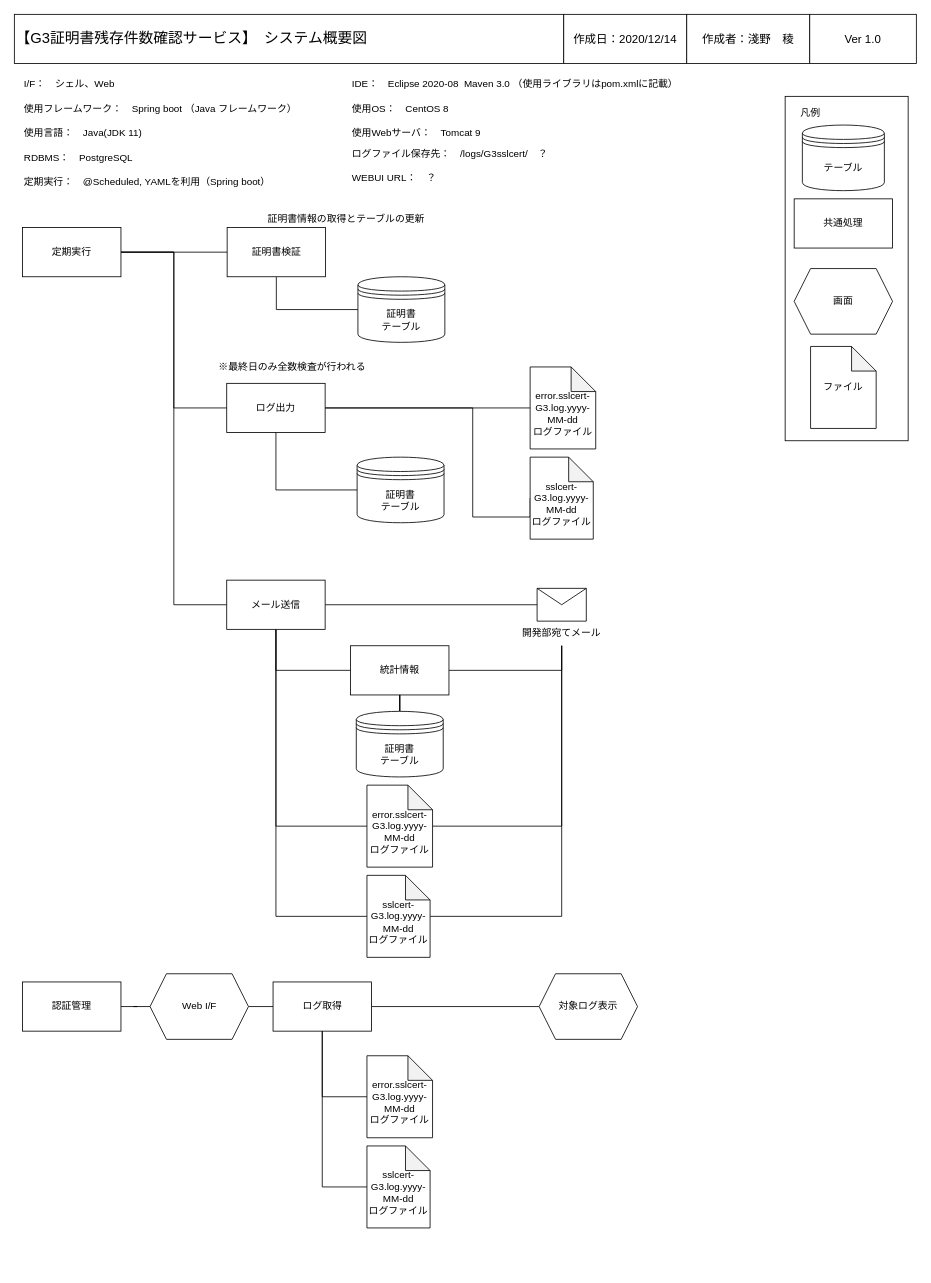
Before: page "システム概要図" (6 of 6) of UMLDiagram.drawio in r-asano/kaihatsubuKenshu, a draw.io diagram. Source tidied: cells renumbered, new cells numbered last; positions are measured from the earlier drawing's top-left corner, leaving out a move shared by most shapes. Both pictures are drawn from the tidied source at 82%, with x=0, y=0 at pixel (14, 14).
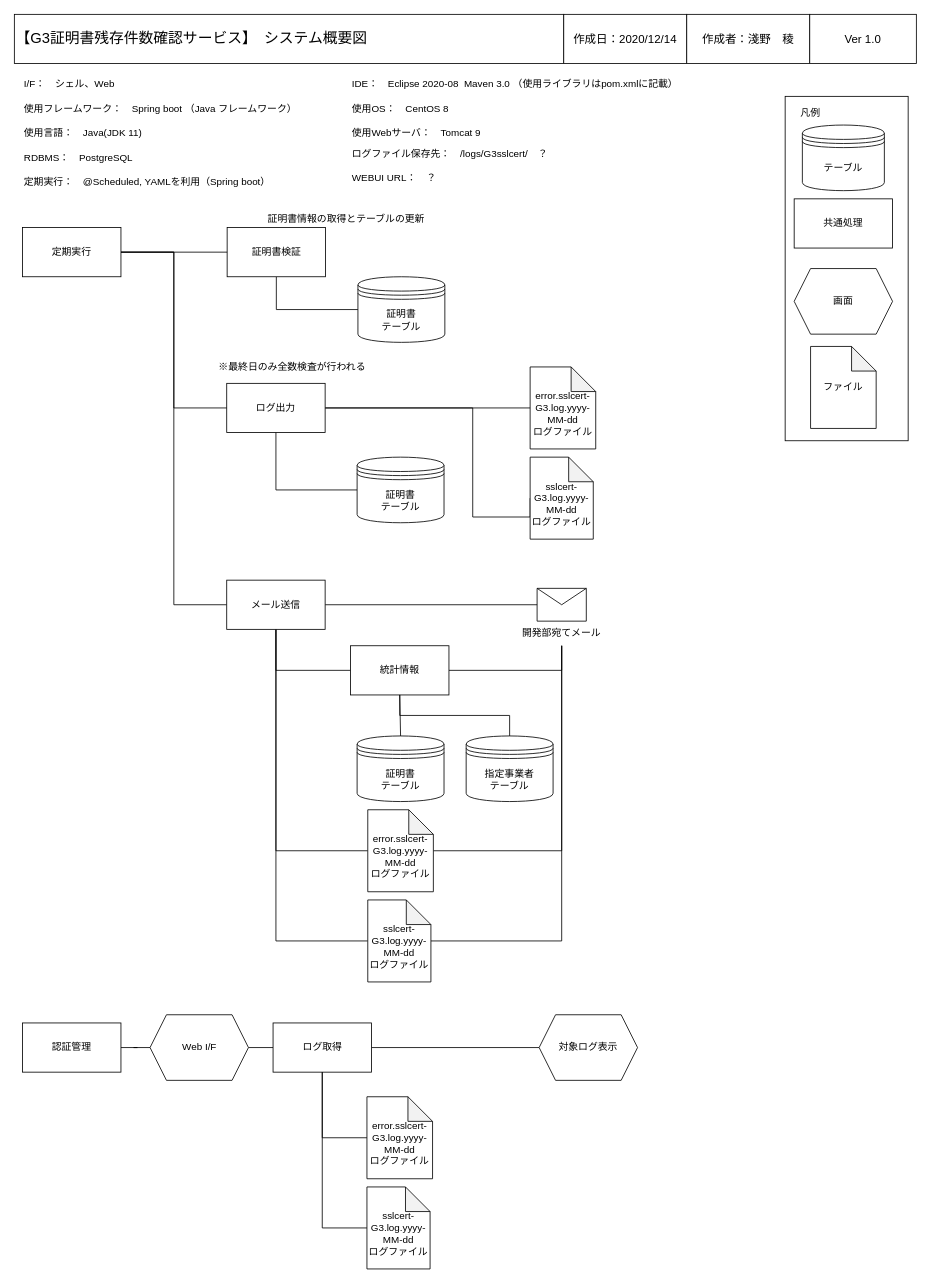
Above is the later version.

Commit message:
システム概要図に指定事業者テーブルの追加

Unchanged cells that the change refers to:
```xml
<mxCell id="51" value="統計情報" style="rounded=0;whiteSpace=wrap;html=1;shadow=0;strokeColor=#000000;" parent="1" vertex="1">
  <mxGeometry x="410" y="770" width="120" height="60" as="geometry" />
</mxCell>
```

Diff of the diagram source:
```diff
@@
     <mxCell id="11" value="認証管理" style="rounded=0;whiteSpace=wrap;html=1;" parent="1" vertex="1">
-      <mxGeometry x="10" y="1180" width="120" height="60" as="geometry" />
+      <mxGeometry x="10" y="1230" width="120" height="60" as="geometry" />
     </mxCell>
@@
     <mxCell id="34" value="Web I/F" style="shape=hexagon;perimeter=hexagonPerimeter2;whiteSpace=wrap;html=1;fixedSize=1;" parent="1" vertex="1">
-      <mxGeometry x="165.5" y="1170" width="120" height="80" as="geometry" />
+      <mxGeometry x="165.5" y="1220" width="120" height="80" as="geometry" />
     </mxCell>
@@
     <mxCell id="36" value="&lt;div&gt;ログ取得&lt;/div&gt;" style="rounded=0;whiteSpace=wrap;html=1;" parent="1" vertex="1">
-      <mxGeometry x="315.5" y="1180" width="120" height="60" as="geometry" />
+      <mxGeometry x="315.5" y="1230" width="120" height="60" as="geometry" />
     </mxCell>
@@
     <mxCell id="38" value="対象ログ表示" style="shape=hexagon;perimeter=hexagonPerimeter2;whiteSpace=wrap;html=1;fixedSize=1;" parent="1" vertex="1">
-      <mxGeometry x="640" y="1170" width="120" height="80" as="geometry" />
+      <mxGeometry x="640" y="1220" width="120" height="80" as="geometry" />
     </mxCell>
@@
     <mxCell id="55" value="証明書&lt;br&gt;&lt;div&gt;テーブル&lt;/div&gt;" style="shape=datastore;whiteSpace=wrap;html=1;" parent="1" vertex="1">
-      <mxGeometry x="417" y="850" width="106" height="80" as="geometry" />
+      <mxGeometry x="418" y="880" width="106" height="80" as="geometry" />
     </mxCell>
@@
     <mxCell id="57" value="&lt;div&gt;&lt;br&gt;&lt;/div&gt;&lt;div&gt;error.sslcert-G3.log.yyyy-MM-dd&lt;/div&gt;&lt;div&gt;ログファイル&lt;/div&gt;" style="shape=note;whiteSpace=wrap;html=1;backgroundOutline=1;darkOpacity=0.05;" parent="1" vertex="1">
-      <mxGeometry x="430" y="940" width="80" height="100" as="geometry" />
+      <mxGeometry x="431" y="970" width="80" height="100" as="geometry" />
     </mxCell>
@@
     <mxCell id="59" value="&lt;div&gt;&lt;br&gt;&lt;/div&gt;&lt;div&gt;sslcert-G3.log.yyyy-MM-dd&lt;/div&gt;&lt;div&gt;ログファイル&lt;/div&gt;" style="shape=note;whiteSpace=wrap;html=1;backgroundOutline=1;darkOpacity=0.05;" parent="1" vertex="1">
-      <mxGeometry x="430" y="1050" width="77" height="100" as="geometry" />
+      <mxGeometry x="431" y="1080" width="77" height="100" as="geometry" />
     </mxCell>
@@
     <mxCell id="62" value="&lt;div&gt;&lt;br&gt;&lt;/div&gt;&lt;div&gt;error.sslcert-G3.log.yyyy-MM-dd&lt;/div&gt;&lt;div&gt;ログファイル&lt;/div&gt;" style="shape=note;whiteSpace=wrap;html=1;backgroundOutline=1;darkOpacity=0.05;" parent="1" vertex="1">
-      <mxGeometry x="430" y="1270" width="80" height="100" as="geometry" />
+      <mxGeometry x="430" y="1320" width="80" height="100" as="geometry" />
     </mxCell>
@@
     <mxCell id="64" value="&lt;div&gt;&lt;br&gt;&lt;/div&gt;&lt;div&gt;sslcert-G3.log.yyyy-MM-dd&lt;/div&gt;&lt;div&gt;ログファイル&lt;/div&gt;" style="shape=note;whiteSpace=wrap;html=1;backgroundOutline=1;darkOpacity=0.05;" parent="1" vertex="1">
-      <mxGeometry x="430" y="1380" width="77" height="100" as="geometry" />
+      <mxGeometry x="430" y="1430" width="77" height="100" as="geometry" />
     </mxCell>
+    <mxCell id="65" style="edgeStyle=orthogonalEdgeStyle;rounded=0;jumpStyle=arc;jettySize=auto;html=1;exitX=0.5;exitY=0;exitDx=0;exitDy=0;entryX=0.5;entryY=1;entryDx=0;entryDy=0;endArrow=none;endFill=0;" parent="1" edge="1" source="66" target="51">
+      <mxGeometry relative="1" as="geometry" />
+    </mxCell>
+    <mxCell id="66" value="指定事業者&lt;br&gt;&lt;div&gt;テーブル&lt;/div&gt;" style="shape=datastore;whiteSpace=wrap;html=1;" parent="1" vertex="1">
+      <mxGeometry x="551" y="880" width="106" height="80" as="geometry" />
+    </mxCell>
```
